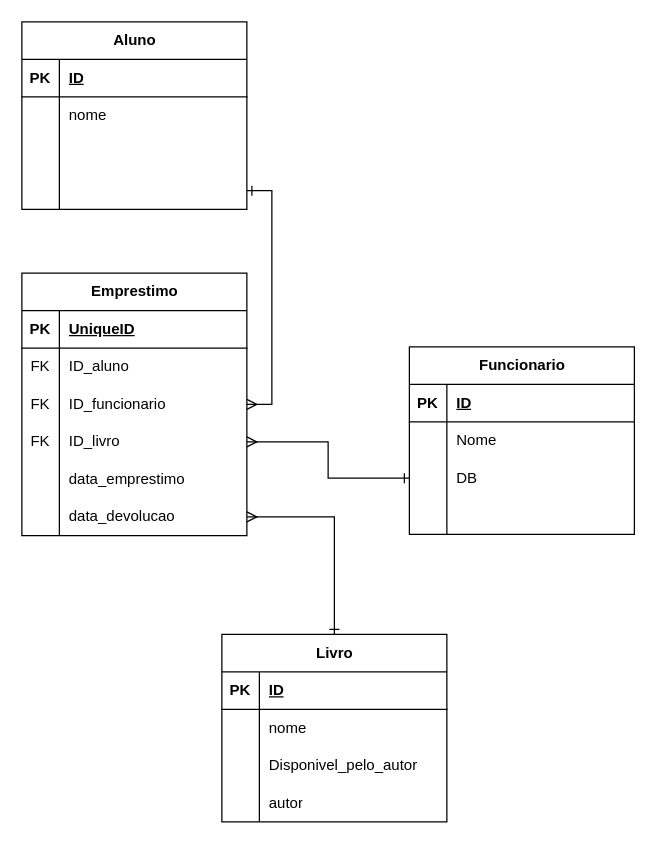
Above: base_dados_biblioteca.drawio in martimfonsecaba/projeto219 (draw.io), before the change. Source tidied: cells renumbered, new cells numbered last; positions are measured from the earlier drawing's top-left corner, leaving out a move shared by most shapes. Both pictures are drawn from the tidied source at 125%, with x=0, y=0 at pixel (21, 21).
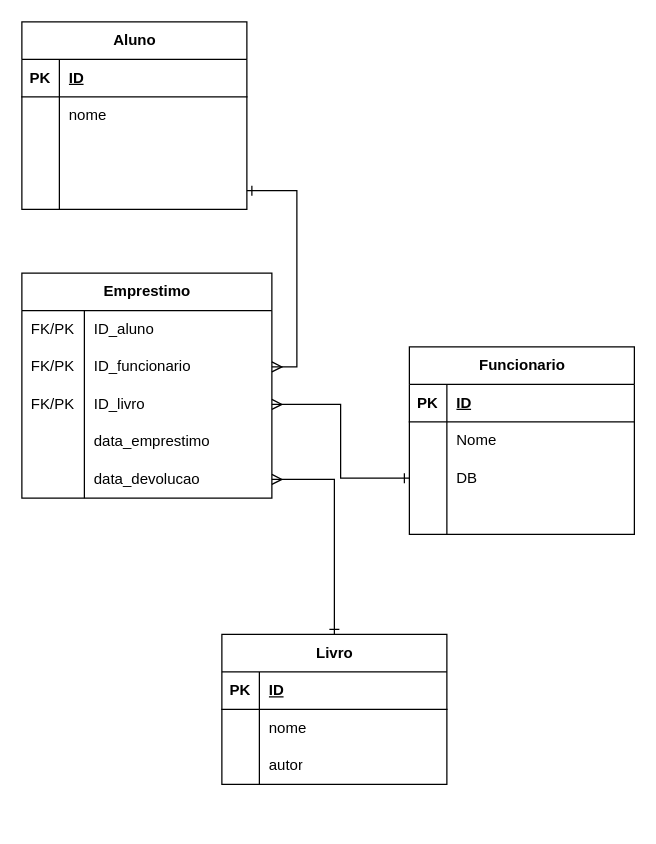
The same diagram, later.

Change to the diagram source:
```diff
@@
     <mxCell id="3" value="Livro" style="shape=table;startSize=30;childLayout=tableLayout;rowLines=0;fontStyle=1;align=center;html=1;" parent="1" vertex="1">
-      <mxGeometry x="160" y="490" width="180" height="150" as="geometry" />
+      <mxGeometry x="160" y="490" width="180" height="120" as="geometry" />
     </mxCell>
@@
-    <mxCell id="10" style="shape=tableRow;horizontal=0;startSize=0;swimlaneHead=0;swimlaneBody=0;fillColor=none;top=0;left=0;right=0;bottom=0;" parent="3" vertex="1">
-      <mxGeometry y="90" width="180" height="30" as="geometry" />
-    </mxCell>
-    <mxCell id="11" style="shape=partialRectangle;fillColor=none;top=0;left=0;bottom=0;right=0;overflow=hidden;whiteSpace=wrap;html=1;" parent="10" vertex="1">
-      <mxGeometry width="30" height="30" as="geometry" />
-    </mxCell>
-    <mxCell id="12" value="Disponivel_pelo_autor" style="shape=partialRectangle;fillColor=none;top=0;left=0;bottom=0;right=0;align=left;spacingLeft=6;overflow=hidden;whiteSpace=wrap;html=1;" parent="10" vertex="1">
-      <mxGeometry x="30" width="150" height="30" as="geometry" />
-    </mxCell>
     <mxCell id="13" style="shape=tableRow;horizontal=0;startSize=0;swimlaneHead=0;swimlaneBody=0;fillColor=none;top=0;left=0;right=0;bottom=0;" parent="3" vertex="1">
-      <mxGeometry y="120" width="180" height="30" as="geometry" />
+      <mxGeometry y="90" width="180" height="30" as="geometry" />
     </mxCell>
@@
     <mxCell id="29" value="Emprestimo" style="shape=table;startSize=30;childLayout=tableLayout;rowLines=0;fontStyle=1;align=center;html=1;" parent="1" vertex="1">
-      <mxGeometry y="201" width="180" height="210" as="geometry" />
+      <mxGeometry y="201" width="200" height="180" as="geometry" />
     </mxCell>
-    <mxCell id="30" style="shape=tableRow;horizontal=0;startSize=0;swimlaneHead=0;swimlaneBody=0;fillColor=none;top=0;left=0;right=0;bottom=1;" parent="29" vertex="1">
-      <mxGeometry y="30" width="180" height="30" as="geometry" />
-    </mxCell>
-    <mxCell id="31" value="PK" style="shape=partialRectangle;fillColor=none;top=0;left=0;bottom=0;right=0;fontStyle=1;overflow=hidden;whiteSpace=wrap;html=1;" parent="30" vertex="1">
-      <mxGeometry width="30" height="30" as="geometry" />
-    </mxCell>
-    <mxCell id="32" value="UniqueID" style="shape=partialRectangle;fillColor=none;top=0;left=0;bottom=0;right=0;align=left;spacingLeft=6;fontStyle=5;overflow=hidden;whiteSpace=wrap;html=1;" parent="30" vertex="1">
-      <mxGeometry x="30" width="150" height="30" as="geometry" />
-    </mxCell>
     <mxCell id="33" style="shape=tableRow;horizontal=0;startSize=0;swimlaneHead=0;swimlaneBody=0;fillColor=none;top=0;left=0;right=0;bottom=0;" parent="29" vertex="1">
-      <mxGeometry y="60" width="180" height="30" as="geometry" />
+      <mxGeometry y="30" width="200" height="30" as="geometry" />
     </mxCell>
-    <mxCell id="34" value="FK" style="shape=partialRectangle;fillColor=none;top=0;left=0;bottom=0;right=0;fontStyle=0;overflow=hidden;whiteSpace=wrap;html=1;" parent="33" vertex="1">
-      <mxGeometry width="30" height="30" as="geometry" />
+    <mxCell id="34" value="FK/PK" style="shape=partialRectangle;fillColor=none;top=0;left=0;bottom=0;right=0;fontStyle=0;overflow=hidden;whiteSpace=wrap;html=1;" parent="33" vertex="1">
+      <mxGeometry width="50" height="30" as="geometry" />
     </mxCell>
     <mxCell id="35" value="ID_aluno" style="shape=partialRectangle;fillColor=none;top=0;left=0;bottom=0;right=0;align=left;spacingLeft=6;fontStyle=0;overflow=hidden;whiteSpace=wrap;html=1;" parent="33" vertex="1">
-      <mxGeometry x="30" width="150" height="30" as="geometry" />
+      <mxGeometry x="50" width="150" height="30" as="geometry" />
     </mxCell>
     <mxCell id="36" style="shape=tableRow;horizontal=0;startSize=0;swimlaneHead=0;swimlaneBody=0;fillColor=none;points=[[0,0.5],[1,0.5]];portConstraint=eastwest;top=0;left=0;right=0;bottom=0;" parent="29" vertex="1">
-      <mxGeometry y="90" width="180" height="30" as="geometry" />
+      <mxGeometry y="60" width="200" height="30" as="geometry" />
     </mxCell>
-    <mxCell id="37" value="FK" style="shape=partialRectangle;fillColor=none;top=0;left=0;bottom=0;right=0;fontStyle=0;overflow=hidden;whiteSpace=wrap;html=1;" parent="36" vertex="1">
-      <mxGeometry width="30" height="30" as="geometry" />
+    <mxCell id="37" value="FK/PK" style="shape=partialRectangle;fillColor=none;top=0;left=0;bottom=0;right=0;fontStyle=0;overflow=hidden;whiteSpace=wrap;html=1;" parent="36" vertex="1">
+      <mxGeometry width="50" height="30" as="geometry" />
     </mxCell>
     <mxCell id="38" value="ID_funcionario" style="shape=partialRectangle;fillColor=none;top=0;left=0;bottom=0;right=0;align=left;spacingLeft=6;fontStyle=0;overflow=hidden;whiteSpace=wrap;html=1;" parent="36" vertex="1">
-      <mxGeometry x="30" width="150" height="30" as="geometry" />
+      <mxGeometry x="50" width="150" height="30" as="geometry" />
     </mxCell>
     <mxCell id="39" style="shape=tableRow;horizontal=0;startSize=0;swimlaneHead=0;swimlaneBody=0;fillColor=none;points=[[0,0.5],[1,0.5]];portConstraint=eastwest;top=0;left=0;right=0;bottom=0;" parent="29" vertex="1">
-      <mxGeometry y="120" width="180" height="30" as="geometry" />
+      <mxGeometry y="90" width="200" height="30" as="geometry" />
     </mxCell>
-    <mxCell id="40" value="FK" style="shape=partialRectangle;fillColor=none;top=0;left=0;bottom=0;right=0;fontStyle=0;overflow=hidden;whiteSpace=wrap;html=1;" parent="39" vertex="1">
-      <mxGeometry width="30" height="30" as="geometry" />
+    <mxCell id="40" value="FK/PK" style="shape=partialRectangle;fillColor=none;top=0;left=0;bottom=0;right=0;fontStyle=0;overflow=hidden;whiteSpace=wrap;html=1;" parent="39" vertex="1">
+      <mxGeometry width="50" height="30" as="geometry" />
     </mxCell>
     <mxCell id="41" value="ID_livro" style="shape=partialRectangle;fillColor=none;top=0;left=0;bottom=0;right=0;align=left;spacingLeft=6;fontStyle=0;overflow=hidden;whiteSpace=wrap;html=1;" parent="39" vertex="1">
-      <mxGeometry x="30" width="150" height="30" as="geometry" />
+      <mxGeometry x="50" width="150" height="30" as="geometry" />
     </mxCell>
     <mxCell id="42" style="shape=tableRow;horizontal=0;startSize=0;swimlaneHead=0;swimlaneBody=0;fillColor=none;top=0;left=0;right=0;bottom=0;" parent="29" vertex="1">
-      <mxGeometry y="150" width="180" height="30" as="geometry" />
+      <mxGeometry y="120" width="200" height="30" as="geometry" />
     </mxCell>
     <mxCell id="43" style="shape=partialRectangle;fillColor=none;top=0;left=0;bottom=0;right=0;overflow=hidden;whiteSpace=wrap;html=1;" parent="42" vertex="1">
-      <mxGeometry width="30" height="30" as="geometry" />
+      <mxGeometry width="50" height="30" as="geometry" />
     </mxCell>
     <mxCell id="44" value="data_emprestimo" style="shape=partialRectangle;fillColor=none;top=0;left=0;bottom=0;right=0;align=left;spacingLeft=6;overflow=hidden;whiteSpace=wrap;html=1;" parent="42" vertex="1">
-      <mxGeometry x="30" width="150" height="30" as="geometry" />
+      <mxGeometry x="50" width="150" height="30" as="geometry" />
     </mxCell>
     <mxCell id="45" style="shape=tableRow;horizontal=0;startSize=0;swimlaneHead=0;swimlaneBody=0;fillColor=none;points=[[0,0.5],[1,0.5]];portConstraint=eastwest;top=0;left=0;right=0;bottom=0;" parent="29" vertex="1">
-      <mxGeometry y="180" width="180" height="30" as="geometry" />
+      <mxGeometry y="150" width="200" height="30" as="geometry" />
     </mxCell>
     <mxCell id="46" style="shape=partialRectangle;fillColor=none;top=0;left=0;bottom=0;right=0;overflow=hidden;whiteSpace=wrap;html=1;" parent="45" vertex="1">
-      <mxGeometry width="30" height="30" as="geometry" />
+      <mxGeometry width="50" height="30" as="geometry" />
     </mxCell>
     <mxCell id="47" value="data_devolucao" style="shape=partialRectangle;fillColor=none;top=0;left=0;bottom=0;right=0;align=left;spacingLeft=6;overflow=hidden;whiteSpace=wrap;html=1;" parent="45" vertex="1">
-      <mxGeometry x="30" width="150" height="30" as="geometry" />
+      <mxGeometry x="50" width="150" height="30" as="geometry" />
     </mxCell>
```
